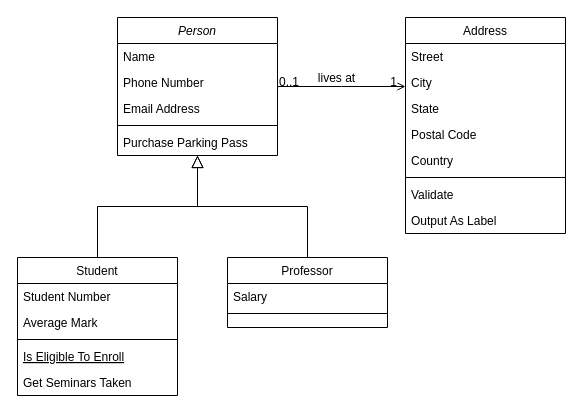
Earlier version of the draw.io diagram designPatterns/singleton/singleton.drawio (pauloarantesmachado/Bertoti-SE). Source tidied: cells renumbered, new cells numbered last; positions are measured from the earlier drawing's top-left corner, leaving out a move shared by most shapes. Both pictures are drawn from the tidied source at 100%, with x=0, y=0 at pixel (17, 17).
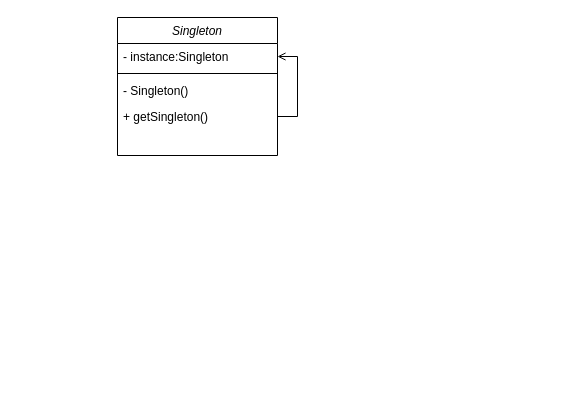
After the change.

What changed in the source:
```diff
@@
-    <mxCell id="2" value="Person" style="swimlane;fontStyle=2;align=center;verticalAlign=top;horizontal=1;startSize=26;rounded=0;shadow=0;strokeWidth=1;" parent="1" vertex="1">
+    <mxCell id="2" value="Singleton" style="swimlane;fontStyle=2;align=center;verticalAlign=top;horizontal=1;startSize=26;rounded=0;shadow=0;strokeWidth=1;" parent="1" vertex="1">
       <mxGeometry x="100" width="160" height="138" as="geometry" />
     </mxCell>
-    <mxCell id="3" value="Name" style="text;align=left;verticalAlign=top;spacingLeft=4;spacingRight=4;overflow=hidden;points=[[0,0.5],[1,0.5]];portConstraint=eastwest;" parent="2" vertex="1">
+    <mxCell id="3" value="- instance:Singleton" style="text;align=left;verticalAlign=top;spacingLeft=4;spacingRight=4;overflow=hidden;points=[[0,0.5],[1,0.5]];portConstraint=eastwest;" parent="2" vertex="1">
       <mxGeometry y="26" width="160" height="26" as="geometry" />
     </mxCell>
-    <mxCell id="4" value="Phone Number" style="text;align=left;verticalAlign=top;spacingLeft=4;spacingRight=4;overflow=hidden;rounded=0;shadow=0;html=0;" parent="2" vertex="1">
-      <mxGeometry y="52" width="160" height="26" as="geometry" />
-    </mxCell>
-    <mxCell id="5" value="Email Address" style="text;align=left;verticalAlign=top;spacingLeft=4;spacingRight=4;overflow=hidden;rounded=0;shadow=0;html=0;" parent="2" vertex="1">
-      <mxGeometry y="78" width="160" height="26" as="geometry" />
-    </mxCell>
     <mxCell id="6" style="line;html=1;strokeWidth=1;align=left;verticalAlign=middle;spacingTop=-1;spacingLeft=3;spacingRight=3;labelPosition=right;" parent="2" vertex="1">
-      <mxGeometry y="104" width="160" height="8" as="geometry" />
+      <mxGeometry y="52" width="160" height="8" as="geometry" />
     </mxCell>
-    <mxCell id="7" value="Purchase Parking Pass" style="text;align=left;verticalAlign=top;spacingLeft=4;spacingRight=4;overflow=hidden;" parent="2" vertex="1">
-      <mxGeometry y="112" width="160" height="26" as="geometry" />
+    <mxCell id="7" value="- Singleton()" style="text;align=left;verticalAlign=top;spacingLeft=4;spacingRight=4;overflow=hidden;" parent="2" vertex="1">
+      <mxGeometry y="60" width="160" height="26" as="geometry" />
     </mxCell>
-    <mxCell id="8" value="Student" style="swimlane;fontStyle=0;align=center;verticalAlign=top;horizontal=1;startSize=26;rounded=0;shadow=0;strokeWidth=1;" parent="1" vertex="1">
-      <mxGeometry y="240" width="160" height="138" as="geometry" />
-    </mxCell>
-    <mxCell id="9" value="Student Number" style="text;align=left;verticalAlign=top;spacingLeft=4;spacingRight=4;overflow=hidden;" parent="8" vertex="1">
-      <mxGeometry y="26" width="160" height="26" as="geometry" />
-    </mxCell>
-    <mxCell id="10" value="Average Mark" style="text;align=left;verticalAlign=top;spacingLeft=4;spacingRight=4;overflow=hidden;rounded=0;shadow=0;html=0;" parent="8" vertex="1">
-      <mxGeometry y="52" width="160" height="26" as="geometry" />
-    </mxCell>
-    <mxCell id="11" style="line;html=1;strokeWidth=1;align=left;verticalAlign=middle;spacingTop=-1;spacingLeft=3;spacingRight=3;labelPosition=right;" parent="8" vertex="1">
-      <mxGeometry y="78" width="160" height="8" as="geometry" />
-    </mxCell>
-    <mxCell id="12" value="Is Eligible To Enroll" style="text;align=left;verticalAlign=top;spacingLeft=4;spacingRight=4;overflow=hidden;fontStyle=4;" parent="8" vertex="1">
-      <mxGeometry y="86" width="160" height="26" as="geometry" />
-    </mxCell>
-    <mxCell id="13" value="Get Seminars Taken" style="text;align=left;verticalAlign=top;spacingLeft=4;spacingRight=4;overflow=hidden;" parent="8" vertex="1">
-      <mxGeometry y="112" width="160" height="26" as="geometry" />
-    </mxCell>
-    <mxCell id="14" style="endArrow=block;endSize=10;endFill=0;shadow=0;strokeWidth=1;rounded=0;curved=0;edgeStyle=elbowEdgeStyle;elbow=vertical;" parent="1" edge="1" source="8" target="2">
-      <mxGeometry relative="1" as="geometry" />
-    </mxCell>
-    <mxCell id="15" value="Professor" style="swimlane;fontStyle=0;align=center;verticalAlign=top;horizontal=1;startSize=26;rounded=0;shadow=0;strokeWidth=1;" parent="1" vertex="1">
-      <mxGeometry x="210" y="240" width="160" height="70" as="geometry" />
-    </mxCell>
-    <mxCell id="16" value="Salary" style="text;align=left;verticalAlign=top;spacingLeft=4;spacingRight=4;overflow=hidden;" parent="15" vertex="1">
-      <mxGeometry y="26" width="160" height="26" as="geometry" />
-    </mxCell>
-    <mxCell id="17" style="line;html=1;strokeWidth=1;align=left;verticalAlign=middle;spacingTop=-1;spacingLeft=3;spacingRight=3;labelPosition=right;" parent="15" vertex="1">
-      <mxGeometry y="52" width="160" height="8" as="geometry" />
-    </mxCell>
-    <mxCell id="18" style="endArrow=block;endSize=10;endFill=0;shadow=0;strokeWidth=1;rounded=0;curved=0;edgeStyle=elbowEdgeStyle;elbow=vertical;" parent="1" edge="1" source="15" target="2">
-      <mxGeometry relative="1" as="geometry" />
-    </mxCell>
-    <mxCell id="19" value="Address" style="swimlane;fontStyle=0;align=center;verticalAlign=top;horizontal=1;startSize=26;rounded=0;shadow=0;strokeWidth=1;" parent="1" vertex="1">
-      <mxGeometry x="388" width="160" height="216" as="geometry" />
-    </mxCell>
-    <mxCell id="20" value="Street" style="text;align=left;verticalAlign=top;spacingLeft=4;spacingRight=4;overflow=hidden;" parent="19" vertex="1">
-      <mxGeometry y="26" width="160" height="26" as="geometry" />
-    </mxCell>
-    <mxCell id="21" value="City" style="text;align=left;verticalAlign=top;spacingLeft=4;spacingRight=4;overflow=hidden;rounded=0;shadow=0;html=0;" parent="19" vertex="1">
-      <mxGeometry y="52" width="160" height="26" as="geometry" />
-    </mxCell>
-    <mxCell id="22" value="State" style="text;align=left;verticalAlign=top;spacingLeft=4;spacingRight=4;overflow=hidden;rounded=0;shadow=0;html=0;" parent="19" vertex="1">
-      <mxGeometry y="78" width="160" height="26" as="geometry" />
-    </mxCell>
-    <mxCell id="23" value="Postal Code" style="text;align=left;verticalAlign=top;spacingLeft=4;spacingRight=4;overflow=hidden;rounded=0;shadow=0;html=0;" parent="19" vertex="1">
-      <mxGeometry y="104" width="160" height="26" as="geometry" />
-    </mxCell>
-    <mxCell id="24" value="Country" style="text;align=left;verticalAlign=top;spacingLeft=4;spacingRight=4;overflow=hidden;rounded=0;shadow=0;html=0;" parent="19" vertex="1">
-      <mxGeometry y="130" width="160" height="26" as="geometry" />
-    </mxCell>
-    <mxCell id="25" style="line;html=1;strokeWidth=1;align=left;verticalAlign=middle;spacingTop=-1;spacingLeft=3;spacingRight=3;labelPosition=right;" parent="19" vertex="1">
-      <mxGeometry y="156" width="160" height="8" as="geometry" />
-    </mxCell>
-    <mxCell id="26" value="Validate" style="text;align=left;verticalAlign=top;spacingLeft=4;spacingRight=4;overflow=hidden;" parent="19" vertex="1">
-      <mxGeometry y="164" width="160" height="26" as="geometry" />
-    </mxCell>
-    <mxCell id="27" value="Output As Label" style="text;align=left;verticalAlign=top;spacingLeft=4;spacingRight=4;overflow=hidden;" parent="19" vertex="1">
-      <mxGeometry y="190" width="160" height="26" as="geometry" />
-    </mxCell>
-    <mxCell id="28" style="endArrow=open;shadow=0;strokeWidth=1;rounded=0;curved=0;endFill=1;edgeStyle=elbowEdgeStyle;elbow=vertical;" parent="1" edge="1" source="2" target="19">
-      <mxGeometry x="0.5" y="41" relative="1" as="geometry">
-        <mxPoint x="-40" y="32" as="offset" />
-      </mxGeometry>
-    </mxCell>
-    <mxCell id="29" value="0..1" style="align=left;verticalAlign=bottom;labelBackgroundColor=none;fontSize=12;" parent="28" vertex="1">
-      <mxGeometry x="-1" relative="1" as="geometry">
-        <mxPoint y="4" as="offset" />
-      </mxGeometry>
-    </mxCell>
-    <mxCell id="30" value="1" style="align=right;verticalAlign=bottom;labelBackgroundColor=none;fontSize=12;" parent="28" vertex="1">
-      <mxGeometry x="1" relative="1" as="geometry">
-        <mxPoint x="-7" y="4" as="offset" />
-      </mxGeometry>
-    </mxCell>
-    <mxCell id="31" value="lives at" style="text;html=1;align=center;verticalAlign=middle;labelBackgroundColor=none;rounded=0;shadow=0;strokeWidth=1;fontSize=12;" parent="28" vertex="1">
-      <mxGeometry x="0.5" y="49" relative="1" as="geometry">
-        <mxPoint x="-38" y="40" as="offset" />
-      </mxGeometry>
-    </mxCell>
+    <mxCell id="32" style="edgeStyle=orthogonalEdgeStyle;rounded=0;jettySize=auto;html=1;exitX=1;exitY=0.5;exitDx=0;exitDy=0;entryX=1;entryY=0.5;entryDx=0;entryDy=0;endArrow=open;endFill=0;" parent="2" edge="1" source="33" target="3">
+      <mxGeometry relative="1" as="geometry" />
+    </mxCell>
+    <mxCell id="33" value="+ getSingleton()" style="text;align=left;verticalAlign=top;spacingLeft=4;spacingRight=4;overflow=hidden;points=[[0,0.5],[1,0.5]];portConstraint=eastwest;" parent="2" vertex="1">
+      <mxGeometry y="86" width="160" height="26" as="geometry" />
+    </mxCell>
```
